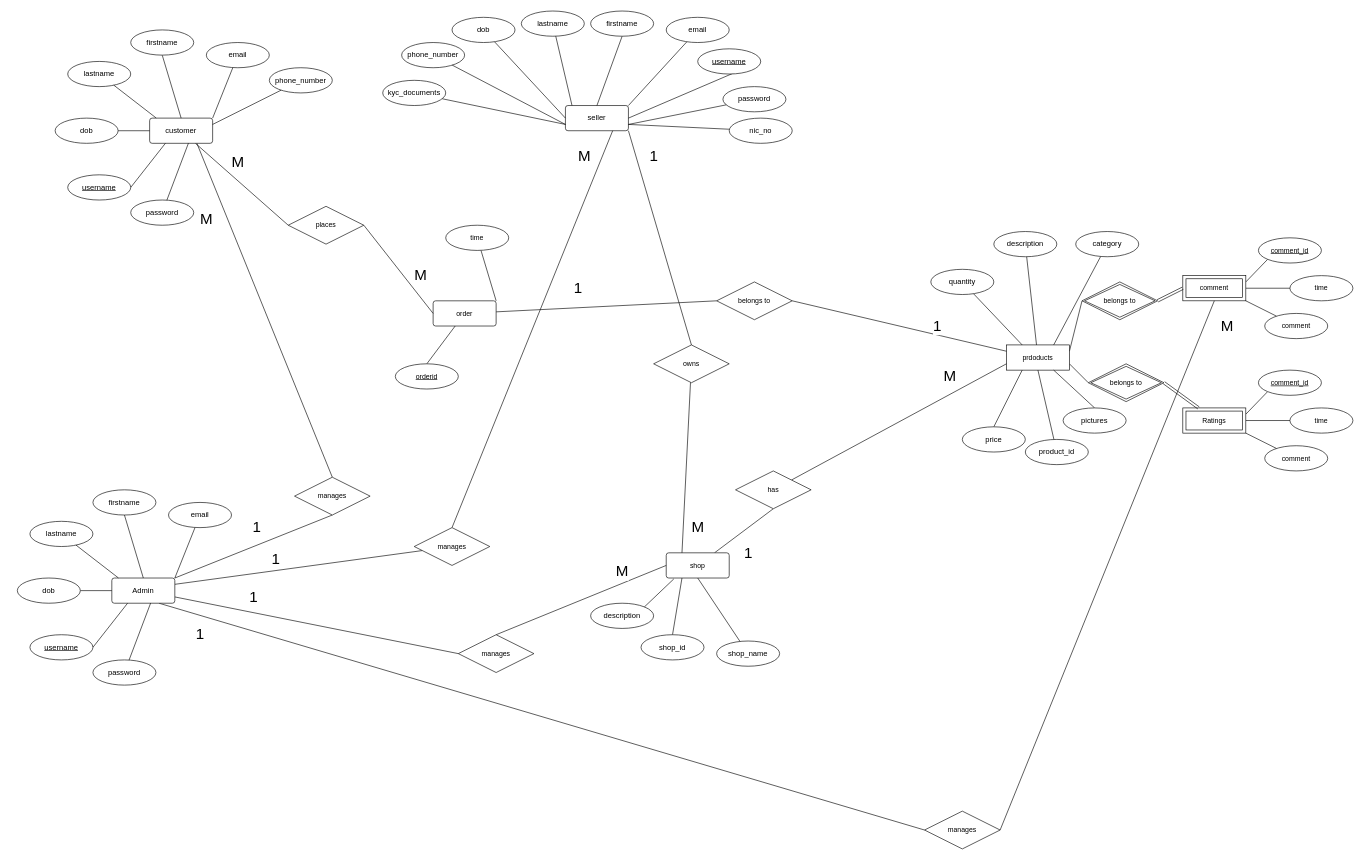
This is documents/ER-Diagram.drawio from paranietharan/TradeConnect, a draw.io file, before an edit. Source tidied: cells renumbered, new cells numbered last; positions are measured from the earlier drawing's top-left corner, leaving out a move shared by most shapes. Both pictures are drawn from the tidied source at 63%, with x=0, y=0 at pixel (17, 11).
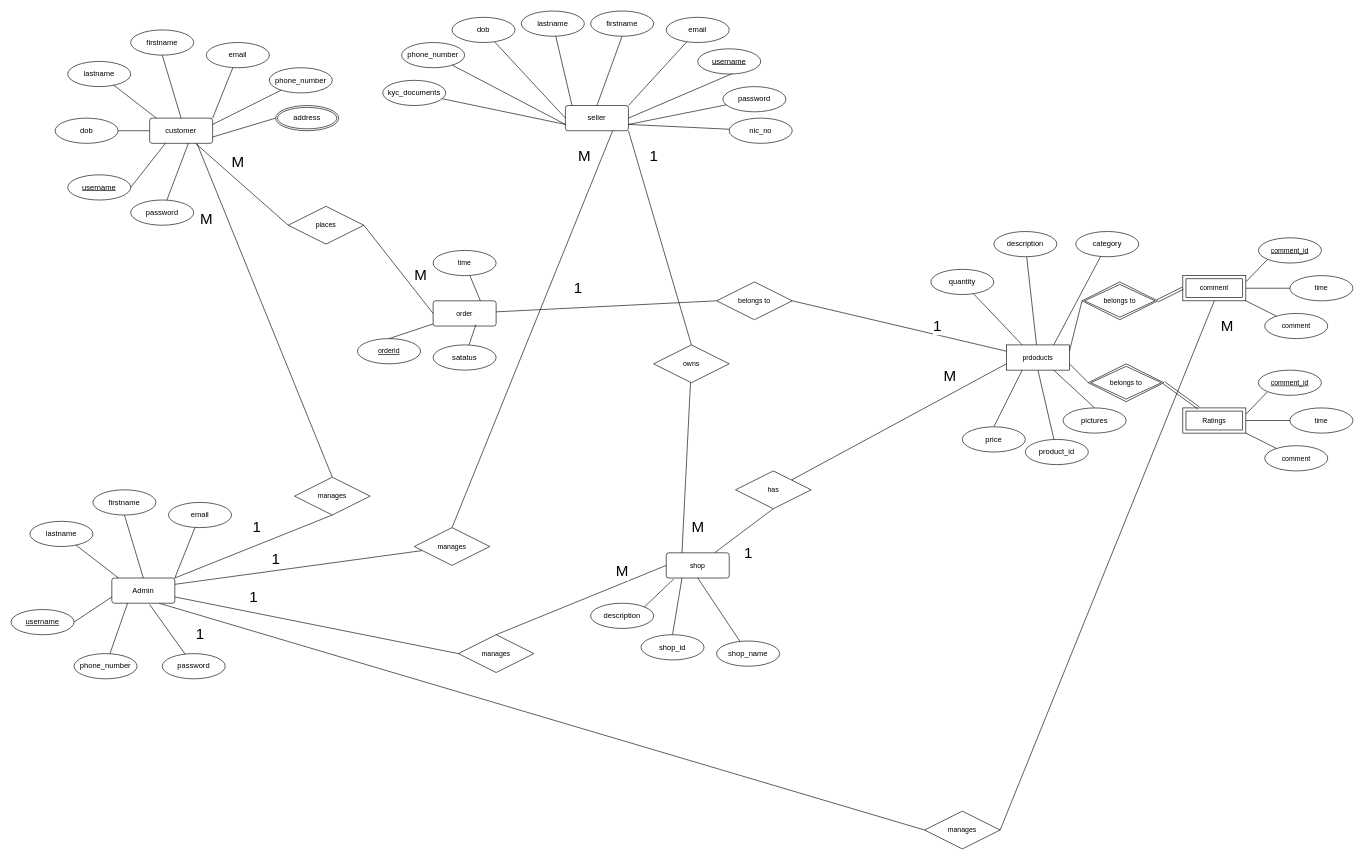
The same diagram, later.

Commit message (it also covers changes not shown here):
relational mapping

The change refers to these unchanged cells:
```xml
<mxCell id="4" value="customer" style="rounded=1;arcSize=10;whiteSpace=wrap;html=1;align=center;" parent="1" vertex="1">
  <mxGeometry x="210" y="170" width="100" height="40" as="geometry" />
</mxCell>
<mxCell id="35" value="Admin" style="rounded=1;arcSize=10;whiteSpace=wrap;html=1;align=center;" parent="1" vertex="1">
  <mxGeometry x="150" y="900" width="100" height="40" as="geometry" />
</mxCell>
<mxCell id="102" value="order" style="rounded=1;arcSize=10;whiteSpace=wrap;html=1;align=center;fontFamily=Helvetica;fontSize=11;fontColor=default;labelBackgroundColor=default;" parent="1" vertex="1">
  <mxGeometry x="660" y="460" width="100" height="40" as="geometry" />
</mxCell>
```

Change to the diagram source:
```diff
@@
-    <mxCell id="39" style="rounded=0;jettySize=auto;html=1;exitX=1;exitY=0.5;exitDx=0;exitDy=0;entryX=0.25;entryY=1;entryDx=0;entryDy=0;endArrow=none;endFill=0;" parent="1" edge="1" source="40" target="35">
+    <mxCell id="39" style="rounded=0;jettySize=auto;html=1;exitX=1;exitY=0.5;exitDx=0;exitDy=0;entryX=0;entryY=0.75;entryDx=0;entryDy=0;endArrow=none;endFill=0;" parent="1" edge="1" source="40" target="35">
       <mxGeometry relative="1" as="geometry" />
     </mxCell>
     <mxCell id="40" value="username" style="ellipse;whiteSpace=wrap;html=1;align=center;fontStyle=4;" parent="1" vertex="1">
-      <mxGeometry x="20" y="990" width="100" height="40" as="geometry" />
+      <mxGeometry x="-10" y="950" width="100" height="40" as="geometry" />
     </mxCell>
-    <mxCell id="41" style="rounded=0;jettySize=auto;html=1;entryX=0;entryY=0.5;entryDx=0;entryDy=0;endArrow=none;endFill=0;" parent="1" edge="1" source="42" target="35">
-      <mxGeometry relative="1" as="geometry" />
-    </mxCell>
-    <mxCell id="42" value="dob" style="ellipse;whiteSpace=wrap;html=1;align=center;" parent="1" vertex="1">
-      <mxGeometry y="900" width="100" height="40" as="geometry" />
-    </mxCell>
@@
     <mxCell id="45" value="password" style="ellipse;whiteSpace=wrap;html=1;align=center;" parent="1" vertex="1">
-      <mxGeometry x="120" y="1030" width="100" height="40" as="geometry" />
+      <mxGeometry x="230" y="1020" width="100" height="40" as="geometry" />
     </mxCell>
@@
-    <mxCell id="47" style="rounded=0;jettySize=auto;html=1;entryX=0.616;entryY=0.995;entryDx=0;entryDy=0;entryPerimeter=0;endArrow=none;endFill=0;" parent="1" edge="1" source="45" target="35">
-      <mxGeometry relative="1" as="geometry" />
+    <mxCell id="47" style="rounded=0;jettySize=auto;html=1;endArrow=none;endFill=0;" parent="1" edge="1" source="45">
+      <mxGeometry relative="1" as="geometry">
+        <mxPoint x="210" y="942" as="targetPoint" />
+      </mxGeometry>
     </mxCell>
@@
-    <mxCell id="107" style="edgeStyle=none;shape=connector;rounded=0;jettySize=auto;html=1;entryX=1;entryY=0;entryDx=0;entryDy=0;strokeColor=default;align=center;verticalAlign=middle;fontFamily=Helvetica;fontSize=11;fontColor=default;labelBackgroundColor=default;endArrow=none;endFill=0;" parent="1" edge="1" source="108" target="102">
+    <mxCell id="107" style="edgeStyle=none;shape=connector;rounded=0;jettySize=auto;html=1;entryX=0.75;entryY=0;entryDx=0;entryDy=0;strokeColor=default;align=center;verticalAlign=middle;fontFamily=Helvetica;fontSize=11;fontColor=default;labelBackgroundColor=default;endArrow=none;endFill=0;" parent="1" edge="1" source="108" target="102">
       <mxGeometry relative="1" as="geometry" />
     </mxCell>
     <mxCell id="108" value="time" style="ellipse;whiteSpace=wrap;html=1;align=center;fontFamily=Helvetica;fontSize=11;fontColor=default;labelBackgroundColor=default;" parent="1" vertex="1">
-      <mxGeometry x="680" y="340" width="100" height="40" as="geometry" />
+      <mxGeometry x="660" y="380" width="100" height="40" as="geometry" />
     </mxCell>
@@
     <mxCell id="110" value="orderid" style="ellipse;whiteSpace=wrap;html=1;align=center;fontStyle=4;fontFamily=Helvetica;fontSize=11;fontColor=default;labelBackgroundColor=default;" parent="1" vertex="1">
-      <mxGeometry x="600" y="560" width="100" height="40" as="geometry" />
+      <mxGeometry x="540" y="520" width="100" height="40" as="geometry" />
     </mxCell>
@@
+    <mxCell id="134" style="rounded=0;jettySize=auto;html=1;exitX=0;exitY=0.5;exitDx=0;exitDy=0;entryX=1;entryY=0.75;entryDx=0;entryDy=0;endArrow=none;endFill=0;" parent="1" edge="1" source="135" target="4">
+      <mxGeometry relative="1" as="geometry" />
+    </mxCell>
+    <mxCell id="135" value="address" style="ellipse;shape=doubleEllipse;margin=3;whiteSpace=wrap;html=1;align=center;" parent="1" vertex="1">
+      <mxGeometry x="410" y="150" width="100" height="40" as="geometry" />
+    </mxCell>
+    <mxCell id="136" value="satatus" style="ellipse;whiteSpace=wrap;html=1;align=center;" parent="1" vertex="1">
+      <mxGeometry x="660" y="530" width="100" height="40" as="geometry" />
+    </mxCell>
+    <mxCell id="137" style="edgeStyle=none;rounded=0;jettySize=auto;html=1;entryX=0.68;entryY=0.944;entryDx=0;entryDy=0;entryPerimeter=0;endArrow=none;endFill=0;" parent="1" edge="1" source="136" target="102">
+      <mxGeometry relative="1" as="geometry" />
+    </mxCell>
+    <mxCell id="138" style="rounded=0;jettySize=auto;html=1;entryX=0.25;entryY=1;entryDx=0;entryDy=0;endArrow=none;endFill=0;" parent="1" edge="1" source="139" target="35">
+      <mxGeometry relative="1" as="geometry" />
+    </mxCell>
+    <mxCell id="139" value="phone_number" style="ellipse;whiteSpace=wrap;html=1;align=center;" parent="1" vertex="1">
+      <mxGeometry x="90" y="1020" width="100" height="40" as="geometry" />
+    </mxCell>
```
